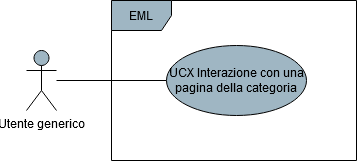
Before: DocumentazioneEsterna/AnalisiDeiRequisiti/res/UseCase/Immagini/InterazionePaginaCategoriaGenerale.png, a diagram exported from draw.io (Omicron-Team/Documentazione). Source tidied: cells renumbered, new cells last; positions are measured from the earlier drawing's top-left corner, leaving out a move shared by most shapes.
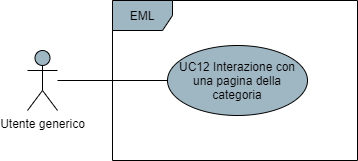
The same file after the commit.

Change to the diagram source:
```diff
@@ -11,7 +11,7 @@
     <mxCell id="4" value="EML" style="shape=umlFrame;whiteSpace=wrap;html=1;fillColor=#9FB6C3;" parent="1" vertex="1">
       <mxGeometry x="85" width="245" height="160" as="geometry" />
     </mxCell>
-    <mxCell id="5" value="UCX Interazione con una pagina della categoria" style="ellipse;whiteSpace=wrap;html=1;fillColor=#9FB6C3;" parent="1" vertex="1">
+    <mxCell id="5" value="UC12 Interazione con una pagina della categoria" style="ellipse;whiteSpace=wrap;html=1;fillColor=#9FB6C3;" parent="1" vertex="1">
       <mxGeometry x="140" y="45" width="140" height="70" as="geometry" />
     </mxCell>
   </root>
```
